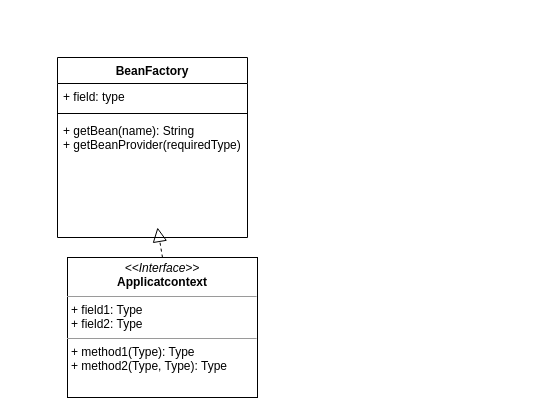
Aiksyuan/draw.io keeps this draw.io diagram as Untitled Diagram.drawio. Above is the earlier version. Source tidied: cells renumbered, new cells numbered last; positions are measured from the earlier drawing's top-left corner, leaving out a move shared by most shapes. Both pictures are drawn from the tidied source at 100%, with x=0, y=0 at pixel (57, 57).
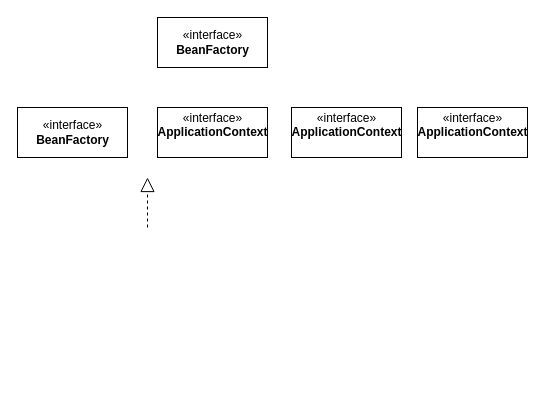
The same page after the edit.

Diff of the diagram source:
```diff
@@
 <mxGraphModel>
   <root>
     <mxCell id="0" />
     <mxCell id="1" parent="0" />
-    <mxCell id="2" value="BeanFactory" style="swimlane;fontStyle=1;align=center;verticalAlign=top;horizontal=1;startSize=26;" parent="1" vertex="1">
-      <mxGeometry width="190" height="180" as="geometry" />
-    </mxCell>
-    <mxCell id="3" value="+ field: type" style="text;strokeColor=none;fillColor=none;align=left;verticalAlign=top;spacingLeft=4;spacingRight=4;overflow=hidden;" parent="2" vertex="1">
-      <mxGeometry y="26" width="190" height="26" as="geometry" />
-    </mxCell>
-    <mxCell id="4" style="line;strokeWidth=1;fillColor=none;align=left;verticalAlign=middle;spacingTop=-1;spacingLeft=3;spacingRight=3;labelPosition=right;" parent="2" vertex="1">
-      <mxGeometry y="52" width="190" height="8" as="geometry" />
-    </mxCell>
-    <mxCell id="5" value="+ getBean(name): String&#10;+ getBeanProvider(requiredType)" style="text;strokeColor=none;fillColor=none;align=left;verticalAlign=top;spacingLeft=4;spacingRight=4;overflow=hidden;" parent="2" vertex="1">
-      <mxGeometry y="60" width="190" height="120" as="geometry" />
-    </mxCell>
-    <mxCell id="6" style="endArrow=block;dashed=1;endFill=0;endSize=12;html=1;exitX=0.5;exitY=0;exitDx=0;exitDy=0;" parent="1" edge="1" source="7">
-      <mxGeometry relative="1" as="geometry">
-        <mxPoint x="100" y="170" as="targetPoint" />
-      </mxGeometry>
-    </mxCell>
-    <mxCell id="7" value="&lt;p style=&quot;margin: 0px ; margin-top: 4px ; text-align: center&quot;&gt;&lt;i&gt;&amp;lt;&amp;lt;Interface&amp;gt;&amp;gt;&lt;/i&gt;&lt;br&gt;&lt;b&gt;Applicatcontext&lt;/b&gt;&lt;/p&gt;&lt;hr size=&quot;1&quot;&gt;&lt;p style=&quot;margin: 0px ; margin-left: 4px&quot;&gt;+ field1: Type&lt;br&gt;+ field2: Type&lt;/p&gt;&lt;hr size=&quot;1&quot;&gt;&lt;p style=&quot;margin: 0px ; margin-left: 4px&quot;&gt;+ method1(Type): Type&lt;br&gt;+ method2(Type, Type): Type&lt;/p&gt;" style="verticalAlign=top;align=left;overflow=fill;fontSize=12;fontFamily=Helvetica;html=1;" parent="1" vertex="1">
-      <mxGeometry x="10" y="200" width="190" height="140" as="geometry" />
-    </mxCell>
+    <mxCell id="8" style="endArrow=block;dashed=1;endFill=0;endSize=12;html=1;" parent="1" edge="1">
+      <mxGeometry relative="1" as="geometry">
+        <mxPoint x="90" y="170" as="sourcePoint" />
+        <mxPoint x="90" y="120" as="targetPoint" />
+      </mxGeometry>
+    </mxCell>
+    <mxCell id="9" value="«interface»&lt;br&gt;&lt;b&gt;BeanFactory&lt;br&gt;&lt;/b&gt;" style="html=1;" parent="1" vertex="1">
+      <mxGeometry x="100" y="-40" width="110" height="50" as="geometry" />
+    </mxCell>
+    <mxCell id="10" value="«interface»&lt;br&gt;&lt;b&gt;ApplicationContext&lt;br&gt;&lt;br&gt;&lt;/b&gt;" style="html=1;" parent="1" vertex="1">
+      <mxGeometry x="100" y="50" width="110" height="50" as="geometry" />
+    </mxCell>
+    <mxCell id="11" value="«interface»&lt;br&gt;&lt;b&gt;BeanFactory&lt;br&gt;&lt;/b&gt;" style="html=1;" parent="1" vertex="1">
+      <mxGeometry x="-40" y="50" width="110" height="50" as="geometry" />
+    </mxCell>
+    <mxCell id="12" value="«interface»&lt;br&gt;&lt;b&gt;ApplicationContext&lt;br&gt;&lt;br&gt;&lt;/b&gt;" style="html=1;" parent="1" vertex="1">
+      <mxGeometry x="360" y="50" width="110" height="50" as="geometry" />
+    </mxCell>
+    <mxCell id="13" value="«interface»&lt;br&gt;&lt;b&gt;ApplicationContext&lt;br&gt;&lt;br&gt;&lt;/b&gt;" style="html=1;" parent="1" vertex="1">
+      <mxGeometry x="234" y="50" width="110" height="50" as="geometry" />
+    </mxCell>
   </root>
 </mxGraphModel>
```
